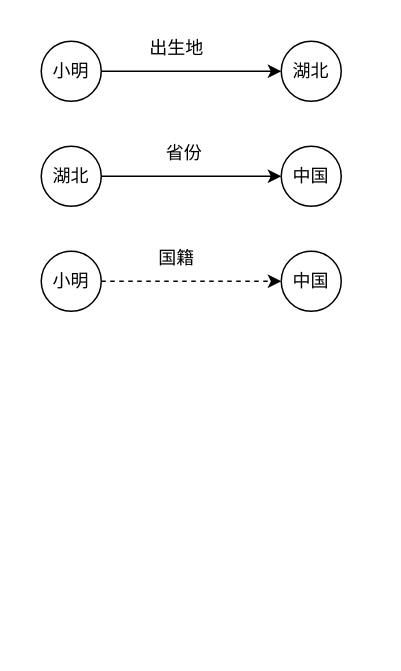
SongyuanC/supermall keeps this draw.io diagram as 未命名绘图.drawio. Above is the earlier version. Source tidied: cells renumbered, new cells numbered last; positions are measured from the earlier drawing's top-left corner, leaving out a move shared by most shapes. Both pictures are drawn from the tidied source at 150%, with x=0, y=0 at pixel (40, 26).
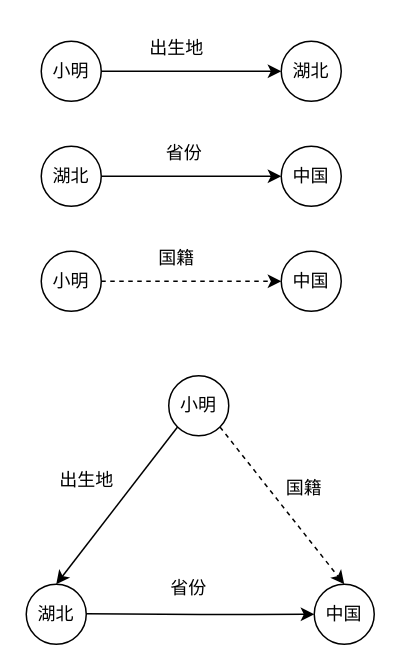
After the change.

Commit message:
更新未命名绘图.drawio

Change to the diagram source:
```diff
@@
+    <mxCell id="14" value="小明" style="ellipse;whiteSpace=wrap;html=1;" parent="1" vertex="1">
+      <mxGeometry x="85" y="233" width="40" height="40" as="geometry" />
+    </mxCell>
+    <mxCell id="15" value="中国" style="ellipse;whiteSpace=wrap;html=1;" parent="1" vertex="1">
+      <mxGeometry x="182" y="372" width="40" height="40" as="geometry" />
+    </mxCell>
+    <mxCell id="16" value="湖北" style="ellipse;whiteSpace=wrap;html=1;" parent="1" vertex="1">
+      <mxGeometry x="-10" y="372" width="40" height="40" as="geometry" />
+    </mxCell>
+    <mxCell id="17" style="rounded=0;jettySize=auto;html=1;entryX=0.5;entryY=0;entryDx=0;entryDy=0;exitX=0;exitY=1;exitDx=0;exitDy=0;" parent="1" edge="1" source="14" target="16">
+      <mxGeometry relative="1" as="geometry" />
+    </mxCell>
+    <mxCell id="18" style="edgeStyle=orthogonalEdgeStyle;rounded=0;jettySize=auto;html=1;entryX=0;entryY=0.5;entryDx=0;entryDy=0;" parent="1" edge="1" target="15">
+      <mxGeometry relative="1" as="geometry">
+        <mxPoint x="30" y="391.7" as="sourcePoint" />
+      </mxGeometry>
+    </mxCell>
+    <mxCell id="19" style="rounded=0;jettySize=auto;html=1;entryX=0.5;entryY=0;entryDx=0;entryDy=0;exitX=1;exitY=1;exitDx=0;exitDy=0;dashed=1;" parent="1" edge="1" source="14" target="15">
+      <mxGeometry relative="1" as="geometry" />
+    </mxCell>
+    <mxCell id="20" value="出生地" style="text;html=1;align=center;verticalAlign=middle;strokeColor=none;fillColor=none;" parent="1" vertex="1">
+      <mxGeometry y="288" width="60" height="30" as="geometry" />
+    </mxCell>
+    <mxCell id="21" value="省份" style="text;html=1;align=center;verticalAlign=middle;strokeColor=none;fillColor=none;" parent="1" vertex="1">
+      <mxGeometry x="73" y="360" width="50" height="30" as="geometry" />
+    </mxCell>
+    <mxCell id="22" value="国籍" style="text;html=1;align=center;verticalAlign=middle;strokeColor=none;fillColor=none;" parent="1" vertex="1">
+      <mxGeometry x="150" y="293" width="50" height="30" as="geometry" />
+    </mxCell>
```
